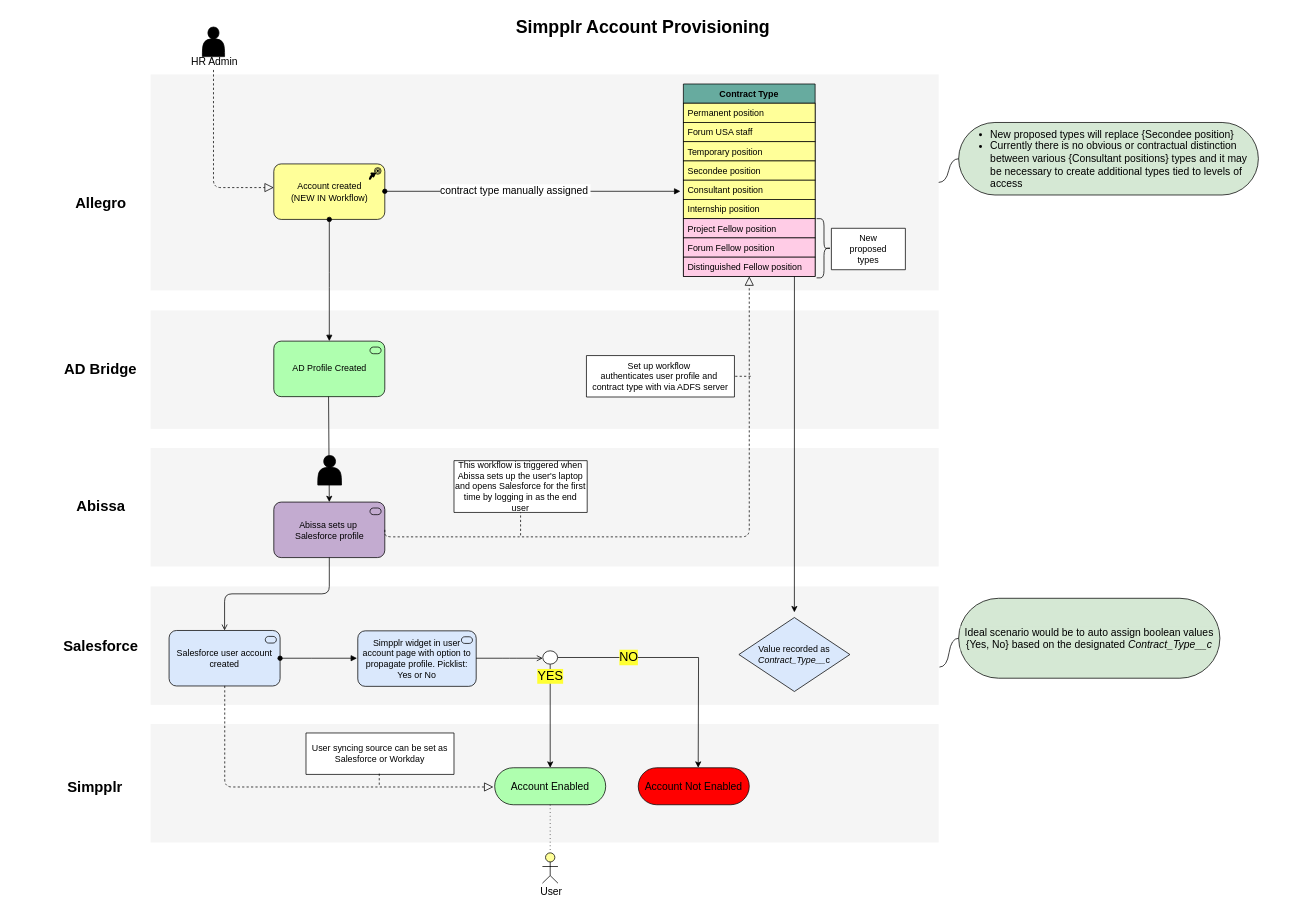
Earlier version of the draw.io diagram SimpplrAccountProvisioning.drawio (merid-berhe/draw.io). Source tidied: cells renumbered, new cells numbered last; positions are measured from the earlier drawing's top-left corner, leaving out a move shared by most shapes. Both pictures are drawn from the tidied source at 74%, with x=0, y=0 at pixel (38, 13).
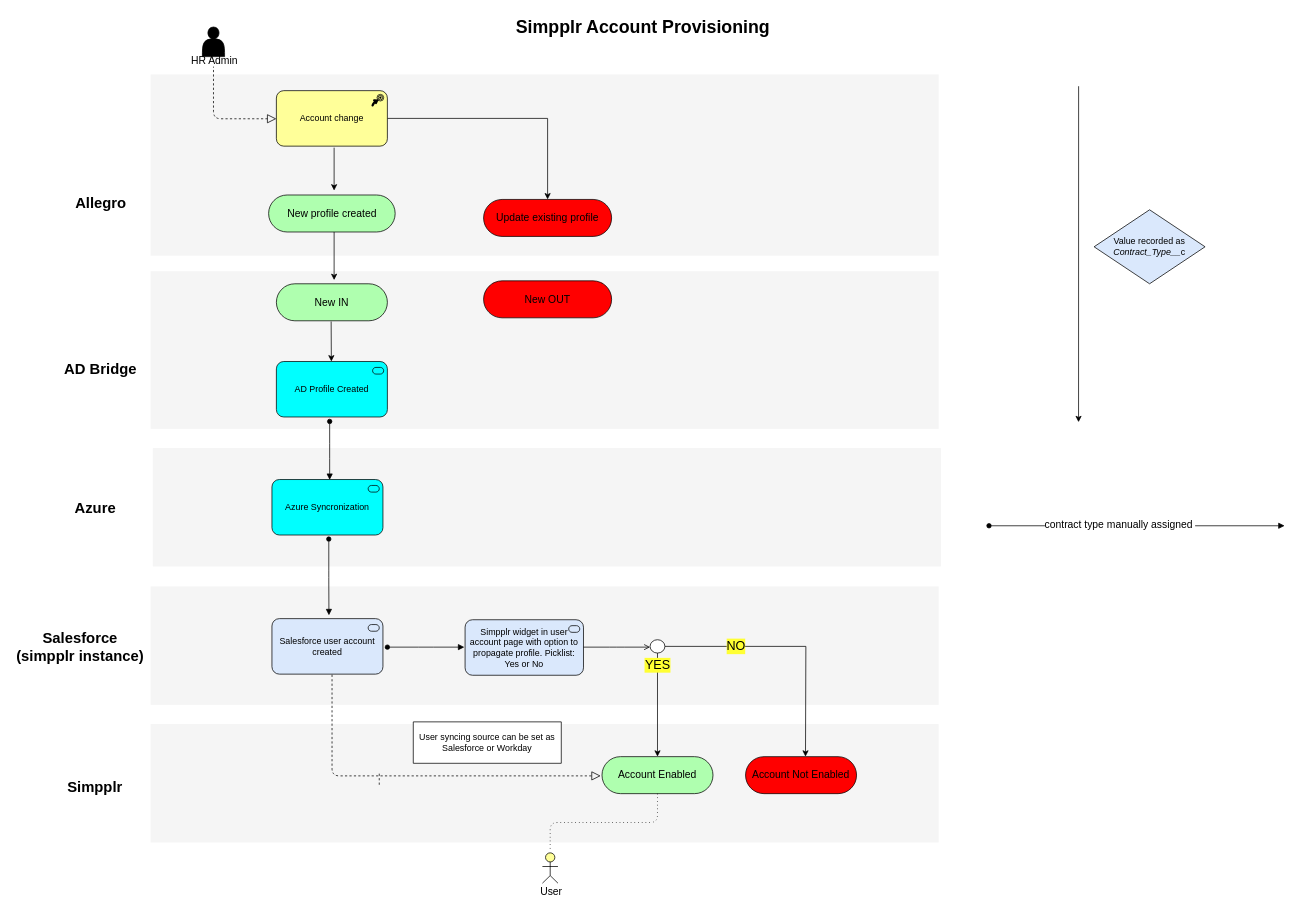
The same diagram, later.

The change refers to these unchanged cells:
```xml
<mxCell id="2" style="whiteSpace=wrap;html=1;strokeColor=none;strokeWidth=1;fillColor=#f5f5f5;fontSize=14;imageHeight=24;" parent="1" vertex="1">
  <mxGeometry x="152" y="961" width="1065" height="160" as="geometry" />
</mxCell>
<mxCell id="5" style="whiteSpace=wrap;html=1;strokeColor=none;strokeWidth=1;fillColor=#f5f5f5;fontSize=14;" parent="1" vertex="1">
  <mxGeometry x="152" y="775" width="1065" height="160" as="geometry" />
</mxCell>
<mxCell id="16" style="shape=actor;whiteSpace=wrap;html=1;fillColor=#000000;" parent="1" vertex="1">
  <mxGeometry x="222" y="19" width="30" height="40" as="geometry" />
</mxCell>
```

Change to the diagram source:
```diff
@@
     <mxCell id="3" style="whiteSpace=wrap;html=1;strokeColor=none;strokeWidth=1;fillColor=#f5f5f5;fontSize=14;" parent="1" vertex="1">
-      <mxGeometry x="152" y="402" width="1065" height="160" as="geometry" />
+      <mxGeometry x="152" y="349" width="1065" height="213" as="geometry" />
     </mxCell>
-    <mxCell id="4" style="whiteSpace=wrap;html=1;strokeColor=none;strokeWidth=1;fillColor=#f5f5f5;fontSize=14;" parent="1" vertex="1">
-      <mxGeometry x="152" y="588" width="1065" height="160" as="geometry" />
-    </mxCell>
@@
     <mxCell id="6" style="whiteSpace=wrap;html=1;strokeColor=none;strokeWidth=1;fillColor=#f5f5f5;fontSize=14;imageWidth=24;imageAspect=1;" parent="1" vertex="1">
-      <mxGeometry x="152" y="83" width="1065" height="292" as="geometry" />
+      <mxGeometry x="152" y="83" width="1065" height="245" as="geometry" />
     </mxCell>
     <mxCell id="7" value="Account Enabled" style="html=1;whiteSpace=wrap;fillColor=#AFFFAF;strokeColor=#000000;shape=mxgraph.archimate3.service;fontSize=14;" parent="1" vertex="1">
-      <mxGeometry x="617" y="1020" width="150" height="50" as="geometry" />
+      <mxGeometry x="762" y="1005" width="150" height="50" as="geometry" />
     </mxCell>
     <mxCell id="8" value="Account Not Enabled" style="html=1;whiteSpace=wrap;fillColor=#FF0000;strokeColor=#000000;shape=mxgraph.archimate3.service;fontSize=14;" parent="1" vertex="1">
-      <mxGeometry x="811" y="1020" width="150" height="50" as="geometry" />
+      <mxGeometry x="956" y="1005" width="150" height="50" as="geometry" />
     </mxCell>
-    <mxCell id="9" value="Salesforce" style="text;html=1;strokeColor=none;fillColor=none;align=center;verticalAlign=middle;whiteSpace=wrap;fontSize=20;fontStyle=1;" parent="1" vertex="1">
-      <mxGeometry x="34.5" y="845" width="100" height="20" as="geometry" />
+    <mxCell id="9" value="Salesforce&lt;br&gt;(simpplr instance)" style="text;html=1;strokeColor=none;fillColor=none;align=center;verticalAlign=middle;whiteSpace=wrap;fontSize=20;fontStyle=1;" parent="1" vertex="1">
+      <mxGeometry x="-34" y="828" width="181.5" height="56" as="geometry" />
     </mxCell>
@@
     <mxCell id="12" style="edgeStyle=elbowEdgeStyle;rounded=1;elbow=vertical;html=1;dashed=1;startSize=10;endArrow=block;endFill=0;endSize=10;jettySize=auto;strokeColor=#000000;fontSize=14;exitX=0.5;exitY=1;exitDx=0;exitDy=0;" parent="1" edge="1" source="16" target="27">
       <mxGeometry relative="1" as="geometry">
         <Array as="points">
+          <mxPoint x="244" y="143" />
           <mxPoint x="273" y="236" />
           <mxPoint x="262" y="265" />
           <mxPoint x="280" y="265" />
         </Array>
       </mxGeometry>
     </mxCell>
@@
-    <mxCell id="17" value="Contract Type" style="swimlane;fontStyle=1;horizontal=1;startSize=26;fillColor=#67AB9F;strokeColor=#000000;" parent="1" vertex="1">
-      <mxGeometry x="872" y="96" width="178" height="260" as="geometry" />
-    </mxCell>
-    <mxCell id="18" value="Permanent position" style="text;strokeColor=#000000;fillColor=#FFFF99;align=left;verticalAlign=top;spacingLeft=4;spacingRight=4;overflow=hidden;" parent="17" vertex="1">
-      <mxGeometry y="26" width="178" height="26" as="geometry" />
-    </mxCell>
-    <mxCell id="19" value="Forum USA staff" style="text;strokeColor=#000000;fillColor=#FFFF99;align=left;verticalAlign=top;spacingLeft=4;spacingRight=4;overflow=hidden;" parent="17" vertex="1">
-      <mxGeometry y="52" width="178" height="26" as="geometry" />
-    </mxCell>
-    <mxCell id="20" value="Temporary position" style="text;strokeColor=#000000;fillColor=#FFFF99;align=left;verticalAlign=top;spacingLeft=4;spacingRight=4;overflow=hidden;" parent="17" vertex="1">
-      <mxGeometry y="78" width="178" height="26" as="geometry" />
-    </mxCell>
-    <mxCell id="21" value="Secondee position" style="text;strokeColor=#000000;fillColor=#FFFF99;align=left;verticalAlign=top;spacingLeft=4;spacingRight=4;overflow=hidden;" parent="17" vertex="1">
-      <mxGeometry y="104" width="178" height="26" as="geometry" />
-    </mxCell>
-    <mxCell id="22" value="Consultant position" style="text;strokeColor=#000000;fillColor=#FFFF99;align=left;verticalAlign=top;spacingLeft=4;spacingRight=4;overflow=hidden;" parent="17" vertex="1">
-      <mxGeometry y="130" width="178" height="26" as="geometry" />
-    </mxCell>
-    <mxCell id="23" value="Internship position" style="text;strokeColor=#000000;fillColor=#FFFF99;align=left;verticalAlign=top;spacingLeft=4;spacingRight=4;overflow=hidden;" parent="17" vertex="1">
-      <mxGeometry y="156" width="178" height="26" as="geometry" />
-    </mxCell>
-    <mxCell id="24" value="Project Fellow position" style="text;strokeColor=#000000;fillColor=#FFCCE6;align=left;verticalAlign=top;spacingLeft=4;spacingRight=4;overflow=hidden;" parent="17" vertex="1">
-      <mxGeometry y="182" width="178" height="26" as="geometry" />
-    </mxCell>
-    <mxCell id="25" value="Forum Fellow position" style="text;strokeColor=#000000;fillColor=#FFCCE6;align=left;verticalAlign=top;spacingLeft=4;spacingRight=4;overflow=hidden;" parent="17" vertex="1">
-      <mxGeometry y="208" width="178" height="26" as="geometry" />
-    </mxCell>
-    <mxCell id="26" value="Distinguished Fellow position" style="text;strokeColor=#000000;fillColor=#FFCCE6;align=left;verticalAlign=top;spacingLeft=4;spacingRight=4;overflow=hidden;points=[[0,0.5],[1,0.5]];portConstraint=eastwest;" parent="17" vertex="1">
-      <mxGeometry y="234" width="178" height="26" as="geometry" />
-    </mxCell>
+    <mxCell id="64" style="edgeStyle=orthogonalEdgeStyle;rounded=0;jettySize=auto;html=1;exitX=1;exitY=0.5;exitDx=0;exitDy=0;exitPerimeter=0;entryX=0.5;entryY=0;entryDx=0;entryDy=0;entryPerimeter=0;" parent="1" edge="1" source="27" target="76">
+      <mxGeometry relative="1" as="geometry" />
+    </mxCell>
-    <mxCell id="27" value="Account created&lt;br&gt;(NEW IN Workflow)" style="html=1;outlineConnect=0;whiteSpace=wrap;fillColor=#Ffff99;strokeColor=#000000;shape=mxgraph.archimate3.application;appType=course;archiType=rounded;" parent="1" vertex="1">
-      <mxGeometry x="318.5" y="204" width="150" height="75" as="geometry" />
+    <mxCell id="27" value="Account change" style="html=1;outlineConnect=0;whiteSpace=wrap;fillColor=#Ffff99;strokeColor=#000000;shape=mxgraph.archimate3.application;appType=course;archiType=rounded;" parent="1" vertex="1">
+      <mxGeometry x="322" y="105" width="150" height="75" as="geometry" />
     </mxCell>
-    <mxCell id="28" value="AD Profile Created" style="html=1;outlineConnect=0;whiteSpace=wrap;fillColor=#AFFFAF;strokeColor=#000000;shape=mxgraph.archimate3.application;appType=serv;archiType=rounded;" parent="1" vertex="1">
-      <mxGeometry x="318.5" y="443.5" width="150" height="75" as="geometry" />
+    <mxCell id="28" value="AD Profile Created" style="html=1;outlineConnect=0;whiteSpace=wrap;fillColor=#00FFFF;strokeColor=#000000;shape=mxgraph.archimate3.application;appType=serv;archiType=rounded;" parent="1" vertex="1">
+      <mxGeometry x="322" y="471" width="150" height="75" as="geometry" />
     </mxCell>
-    <mxCell id="29" value="Abissa" style="text;html=1;strokeColor=none;fillColor=none;align=center;verticalAlign=middle;whiteSpace=wrap;fontSize=20;fontStyle=1;" parent="1" vertex="1">
-      <mxGeometry x="25.5" y="655" width="118" height="20" as="geometry" />
-    </mxCell>
-    <mxCell id="30" value="Abissa sets up&amp;nbsp;&lt;br&gt;Salesforce profile" style="html=1;outlineConnect=0;whiteSpace=wrap;fillColor=#C3ABD0;strokeColor=#000000;shape=mxgraph.archimate3.application;appType=serv;archiType=rounded;" parent="1" vertex="1">
-      <mxGeometry x="318.5" y="661" width="150" height="75" as="geometry" />
-    </mxCell>
-    <mxCell id="31" style="shape=actor;whiteSpace=wrap;html=1;fillColor=#000000;" parent="1" vertex="1">
-      <mxGeometry x="378" y="598" width="32" height="40" as="geometry" />
-    </mxCell>
-    <mxCell id="32" style="endArrow=classic;html=1;entryX=0.5;entryY=0;entryDx=0;entryDy=0;entryPerimeter=0;" parent="1" edge="1" target="30">
-      <mxGeometry relative="1" as="geometry">
-        <mxPoint x="392.5" y="518.5" as="sourcePoint" />
-      </mxGeometry>
-    </mxCell>
-    <mxCell id="33" style="edgeStyle=elbowEdgeStyle;rounded=1;elbow=vertical;html=1;dashed=1;startSize=10;endArrow=block;endFill=0;endSize=10;jettySize=auto;strokeColor=#000000;fontSize=14;exitX=1;exitY=0.5;exitDx=0;exitDy=0;exitPerimeter=0;" parent="1" edge="1" source="30" target="26">
-      <mxGeometry relative="1" as="geometry">
-        <Array as="points">
-          <mxPoint x="712" y="708" />
-          <mxPoint x="704.5" y="772.5" />
-        </Array>
-      </mxGeometry>
-    </mxCell>
-    <mxCell id="34" value="This workflow is triggered when Abissa sets up the user's laptop and opens Salesforce for the first time by logging in as the end user" style="shape=note;whiteSpace=wrap;html=1;backgroundOutline=1;darkOpacity=0.05;strokeColor=#000000;fillColor=#FFFFFF;size=0;" parent="1" vertex="1">
-      <mxGeometry x="562" y="605" width="180" height="70" as="geometry" />
-    </mxCell>
     <mxCell id="35" value="Salesforce user account created" style="html=1;outlineConnect=0;whiteSpace=wrap;fillColor=#dae8fc;strokeColor=#000000;shape=mxgraph.archimate3.application;appType=serv;archiType=rounded;" parent="1" vertex="1">
-      <mxGeometry x="177" y="834.5" width="150" height="75" as="geometry" />
+      <mxGeometry x="316" y="818.5" width="150" height="75" as="geometry" />
     </mxCell>
-    <mxCell id="36" value="&lt;span style=&quot;white-space: nowrap ; background-color: rgb(255 , 255 , 255)&quot;&gt;New &lt;br&gt;proposed&lt;br&gt;types&lt;br&gt;&lt;/span&gt;" style="shape=note;whiteSpace=wrap;html=1;backgroundOutline=1;darkOpacity=0.05;strokeColor=#000000;fillColor=#FFFFFF;size=0;" parent="1" vertex="1">
-      <mxGeometry x="1072" y="291" width="100" height="56" as="geometry" />
-    </mxCell>
-    <mxCell id="37" style="shape=curlyBracket;whiteSpace=wrap;html=1;rounded=1;strokeColor=#000000;fillColor=#FFFFFF;rotation=-180;" parent="1" vertex="1">
-      <mxGeometry x="1052" y="278" width="20" height="80" as="geometry" />
-    </mxCell>
-    <mxCell id="38" value="&lt;span style=&quot;white-space: nowrap ; background-color: rgb(255 , 255 , 255)&quot;&gt;Set up workflow&amp;nbsp;&lt;/span&gt;&lt;br style=&quot;white-space: nowrap&quot;&gt;&lt;span style=&quot;white-space: nowrap ; background-color: rgb(255 , 255 , 255)&quot;&gt;authenticates user profile and&amp;nbsp;&lt;/span&gt;&lt;br style=&quot;white-space: nowrap&quot;&gt;&lt;span style=&quot;white-space: nowrap ; background-color: rgb(255 , 255 , 255)&quot;&gt;contract type with via ADFS server&lt;/span&gt;" style="shape=note;whiteSpace=wrap;html=1;backgroundOutline=1;darkOpacity=0.05;strokeColor=#000000;fillColor=#FFFFFF;size=0;" parent="1" vertex="1">
-      <mxGeometry x="741" y="463" width="200" height="56" as="geometry" />
-    </mxCell>
-    <mxCell id="39" style="endArrow=classic;html=1;exitX=0.843;exitY=1;exitDx=0;exitDy=0;exitPerimeter=0;" parent="1" edge="1" source="26">
+    <mxCell id="39" style="endArrow=classic;html=1;exitX=0.843;exitY=1;exitDx=0;exitDy=0;exitPerimeter=0;" parent="1" edge="1">
       <mxGeometry relative="1" as="geometry">
-        <mxPoint x="1022" y="810" as="targetPoint" />
+        <mxPoint x="1406.1" y="99" as="sourcePoint" />
+        <mxPoint x="1406" y="553" as="targetPoint" />
       </mxGeometry>
     </mxCell>
     <mxCell id="40" value="Value recorded as &lt;i&gt;Contract_Type__&lt;/i&gt;c" style="rhombus;whiteSpace=wrap;html=1;strokeColor=#000000;fillColor=#dae8fc;" parent="1" vertex="1">
-      <mxGeometry x="947" y="817" width="150" height="100" as="geometry" />
+      <mxGeometry x="1427" y="266" width="150" height="100" as="geometry" />
     </mxCell>
     <mxCell id="41" value="Simpplr widget in user account page with option to propagate profile. Picklist: Yes or No" style="html=1;whiteSpace=wrap;fillColor=#dae8fc;strokeColor=#000000;shape=mxgraph.archimate3.application;appType=serv;archiType=rounded;" parent="1" vertex="1">
-      <mxGeometry x="432" y="835" width="160" height="75" as="geometry" />
+      <mxGeometry x="577" y="820" width="160" height="75" as="geometry" />
     </mxCell>
-    <mxCell id="42" style="edgeStyle=elbowEdgeStyle;html=1;endArrow=open;elbow=vertical;endFill=1;exitX=0.5;exitY=1;exitDx=0;exitDy=0;exitPerimeter=0;" parent="1" edge="1" source="30" target="35">
-      <mxGeometry relative="1" as="geometry" />
-    </mxCell>
@@
     <mxCell id="44" style="edgeStyle=orthogonalEdgeStyle;rounded=0;jettySize=auto;html=1;" parent="1" edge="1" source="46">
       <mxGeometry relative="1" as="geometry">
-        <mxPoint x="892" y="1020" as="targetPoint" />
+        <mxPoint x="1037" y="1005" as="targetPoint" />
       </mxGeometry>
     </mxCell>
@@
     <mxCell id="46" value="YES" style="ellipse;html=1;verticalLabelPosition=bottom;labelBackgroundColor=#FFFF33;verticalAlign=top;fillColor=#ffffff;strokeColor=#000000;fontSize=17;" parent="1" vertex="1">
-      <mxGeometry x="682" y="862" width="20" height="18" as="geometry" />
+      <mxGeometry x="827" y="847" width="20" height="18" as="geometry" />
     </mxCell>
     <mxCell id="47" style="edgeStyle=elbowEdgeStyle;html=1;endArrow=open;elbow=vertical;endFill=1;" parent="1" edge="1">
       <mxGeometry relative="1" as="geometry">
-        <mxPoint x="592" y="872" as="sourcePoint" />
-        <mxPoint x="682" y="872" as="targetPoint" />
+        <mxPoint x="737" y="857" as="sourcePoint" />
+        <mxPoint x="827" y="857" as="targetPoint" />
       </mxGeometry>
     </mxCell>
-    <mxCell id="48" style="endArrow=none;dashed=1;html=1;fontSize=17;entryX=0.5;entryY=1;entryDx=0;entryDy=0;entryPerimeter=0;" parent="1" edge="1" target="34">
-      <mxGeometry relative="1" as="geometry">
-        <mxPoint x="652" y="706" as="sourcePoint" />
-      </mxGeometry>
-    </mxCell>
-    <mxCell id="49" style="endArrow=none;dashed=1;html=1;fontSize=17;entryX=0;entryY=0;entryDx=200;entryDy=28;entryPerimeter=0;" parent="1" edge="1">
-      <mxGeometry relative="1" as="geometry">
-        <mxPoint x="963" y="491" as="sourcePoint" />
-        <mxPoint x="941" y="491" as="targetPoint" />
-      </mxGeometry>
-    </mxCell>
-    <mxCell id="50" style="edgeStyle=elbowEdgeStyle;rounded=1;elbow=vertical;html=1;dashed=1;startSize=10;endArrow=block;endFill=0;endSize=10;jettySize=auto;strokeColor=#000000;fontSize=14;exitX=0.5;exitY=1;exitDx=0;exitDy=0;entryX=0.435;entryY=0.531;entryDx=0;entryDy=0;entryPerimeter=0;" parent="1" edge="1" target="2">
+    <mxCell id="50" style="edgeStyle=elbowEdgeStyle;rounded=1;elbow=vertical;html=1;dashed=1;startSize=10;endArrow=block;endFill=0;endSize=10;jettySize=auto;orthogonalLoop=1;strokeColor=#000000;fontSize=14;exitX=0.5;exitY=1;exitDx=0;exitDy=0;entryX=0.435;entryY=0.531;entryDx=0;entryDy=0;entryPerimeter=0;" parent="1" edge="1">
       <mxGeometry relative="1" as="geometry">
-        <mxPoint x="252.2" y="909.3" as="sourcePoint" />
+        <mxPoint x="397.2" y="894.3" as="sourcePoint" />
+        <mxPoint x="760.3" y="1031" as="targetPoint" />
         <Array as="points">
-          <mxPoint x="430" y="1046" />
-          <mxPoint x="294.5" y="1094" />
+          <mxPoint x="575" y="1031" />
+          <mxPoint x="439.5" y="1079" />
         </Array>
       </mxGeometry>
     </mxCell>
     <mxCell id="51" value="&lt;span style=&quot;white-space: nowrap ; background-color: rgb(255 , 255 , 255)&quot;&gt;User syncing source can be set as&lt;br&gt;Salesforce or Workday&lt;br&gt;&lt;/span&gt;" style="shape=note;whiteSpace=wrap;html=1;backgroundOutline=1;darkOpacity=0.05;strokeColor=#000000;fillColor=#FFFFFF;size=0;" parent="1" vertex="1">
-      <mxGeometry x="362" y="973" width="200" height="56" as="geometry" />
+      <mxGeometry x="507" y="958" width="200" height="56" as="geometry" />
     </mxCell>
@@
     <mxCell id="53" style="endArrow=block;html=1;endFill=1;startArrow=oval;startFill=1;edgeStyle=elbowEdgeStyle;elbow=vertical;fontSize=17;" parent="1" edge="1">
       <mxGeometry relative="1" as="geometry">
-        <mxPoint x="327" y="872" as="sourcePoint" />
-        <mxPoint x="431" y="872" as="targetPoint" />
+        <mxPoint x="472" y="857" as="sourcePoint" />
+        <mxPoint x="576" y="857" as="targetPoint" />
       </mxGeometry>
     </mxCell>
-    <mxCell id="54" style="endArrow=block;html=1;endFill=1;startArrow=oval;startFill=1;edgeStyle=elbowEdgeStyle;elbow=vertical;fontSize=17;entryX=0.5;entryY=0;entryDx=0;entryDy=0;entryPerimeter=0;exitX=0.5;exitY=1;exitDx=0;exitDy=0;exitPerimeter=0;" parent="1" edge="1" source="27" target="28">
-      <mxGeometry relative="1" as="geometry" />
-    </mxCell>
     <mxCell id="55" style="endArrow=block;html=1;endFill=1;startArrow=oval;startFill=1;edgeStyle=elbowEdgeStyle;elbow=vertical;fontSize=17;" parent="1" edge="1">
       <mxGeometry relative="1" as="geometry">
-        <mxPoint x="468.5" y="241" as="sourcePoint" />
-        <mxPoint x="868" y="241.5" as="targetPoint" />
+        <mxPoint x="1285" y="693" as="sourcePoint" />
+        <mxPoint x="1684.5" y="693.5" as="targetPoint" />
       </mxGeometry>
     </mxCell>
@@
-    <mxCell id="60" value="Ideal scenario would be to auto assign boolean values {Yes, No} based on the designated &lt;i&gt;Contract_Type__c&lt;/i&gt;" style="whiteSpace=wrap;html=1;rounded=1;arcSize=50;align=center;verticalAlign=middle;strokeWidth=1;spacing=4;labelBackgroundColor=#D5E8D4;fillColor=#D5E8D4;fontSize=14;" parent="1" vertex="1">
-      <mxGeometry x="1244" y="791" width="353" height="108" as="geometry" />
-    </mxCell>
-    <mxCell id="61" style="edgeStyle=entityRelationEdgeStyle;startArrow=none;endArrow=none;segment=10;curved=1;fontSize=14;exitX=1.001;exitY=0.681;exitDx=0;exitDy=0;exitPerimeter=0;" parent="1" edge="1" source="5" target="60">
-      <mxGeometry relative="1" as="geometry" />
-    </mxCell>
-    <mxCell id="62" value="&lt;ul style=&quot;text-align: left&quot;&gt;&lt;li&gt;New proposed types will replace {Secondee position}&lt;/li&gt;&lt;li&gt;Currently there is no obvious or contractual distinction between various {Consultant positions} types and it may be necessary to create additional types tied to levels of access&lt;/li&gt;&lt;/ul&gt;" style="whiteSpace=wrap;html=1;rounded=1;arcSize=50;align=center;verticalAlign=middle;strokeWidth=1;spacing=4;labelBackgroundColor=#;fillColor=#D5E8D4;fontSize=14;labelBorderColor=#;" parent="1" vertex="1">
-      <mxGeometry x="1244" y="148" width="405" height="98" as="geometry" />
-    </mxCell>
-    <mxCell id="63" style="edgeStyle=entityRelationEdgeStyle;startArrow=none;endArrow=none;segment=10;curved=1;fontSize=14;" parent="1" edge="1" source="6" target="62">
-      <mxGeometry relative="1" as="geometry" />
-    </mxCell>
+    <mxCell id="65" style="whiteSpace=wrap;html=1;strokeColor=none;strokeWidth=1;fillColor=#f5f5f5;fontSize=14;" parent="1" vertex="1">
+      <mxGeometry x="155" y="588" width="1065" height="160" as="geometry" />
+    </mxCell>
+    <mxCell id="66" value="Azure Syncronization" style="html=1;whiteSpace=wrap;fillColor=#00FFFF;strokeColor=#000000;shape=mxgraph.archimate3.application;appType=serv;archiType=rounded;" parent="1" vertex="1">
+      <mxGeometry x="316" y="630.5" width="150" height="75" as="geometry" />
+    </mxCell>
+    <mxCell id="67" style="endArrow=block;html=1;endFill=1;startArrow=oval;startFill=1;edgeStyle=elbowEdgeStyle;elbow=vertical;fontSize=17;exitX=0.5;exitY=1;exitDx=0;exitDy=0;exitPerimeter=0;" parent="1" edge="1">
+      <mxGeometry relative="1" as="geometry">
+        <mxPoint x="394" y="552" as="sourcePoint" />
+        <mxPoint x="394" y="631" as="targetPoint" />
+      </mxGeometry>
+    </mxCell>
+    <mxCell id="68" value="Azure" style="text;html=1;strokeColor=none;fillColor=none;align=center;verticalAlign=middle;whiteSpace=wrap;fontSize=20;fontStyle=1;" parent="1" vertex="1">
+      <mxGeometry x="9.5" y="658" width="135" height="20" as="geometry" />
+    </mxCell>
+    <mxCell id="69" value="New IN" style="html=1;whiteSpace=wrap;fillColor=#AFFFAF;strokeColor=#000000;shape=mxgraph.archimate3.service;fontSize=14;" parent="1" vertex="1">
+      <mxGeometry x="322" y="366" width="150" height="50" as="geometry" />
+    </mxCell>
+    <mxCell id="70" value="New OUT" style="html=1;whiteSpace=wrap;fillColor=#FF0000;strokeColor=#000000;shape=mxgraph.archimate3.service;fontSize=14;" parent="1" vertex="1">
+      <mxGeometry x="602" y="362" width="173" height="50" as="geometry" />
+    </mxCell>
+    <mxCell id="71" style="endArrow=classic;html=1;" parent="1" edge="1">
+      <mxGeometry relative="1" as="geometry">
+        <mxPoint x="400" y="182" as="sourcePoint" />
+        <mxPoint x="400" y="240" as="targetPoint" />
+      </mxGeometry>
+    </mxCell>
+    <mxCell id="72" style="endArrow=classic;html=1;entryX=0.5;entryY=0;entryDx=0;entryDy=0;entryPerimeter=0;" parent="1" edge="1">
+      <mxGeometry relative="1" as="geometry">
+        <mxPoint x="396" y="417" as="sourcePoint" />
+        <mxPoint x="396.3" y="471" as="targetPoint" />
+      </mxGeometry>
+    </mxCell>
+    <mxCell id="73" style="endArrow=block;html=1;endFill=1;startArrow=oval;startFill=1;edgeStyle=elbowEdgeStyle;elbow=vertical;fontSize=17;exitX=0.5;exitY=1;exitDx=0;exitDy=0;exitPerimeter=0;" parent="1" edge="1">
+      <mxGeometry relative="1" as="geometry">
+        <mxPoint x="392.8" y="711" as="sourcePoint" />
+        <mxPoint x="393" y="814" as="targetPoint" />
+      </mxGeometry>
+    </mxCell>
+    <mxCell id="74" value="New profile created" style="html=1;whiteSpace=wrap;fillColor=#AFFFAF;strokeColor=#000000;shape=mxgraph.archimate3.service;fontSize=14;" parent="1" vertex="1">
+      <mxGeometry x="311.5" y="246" width="171" height="50" as="geometry" />
+    </mxCell>
+    <mxCell id="75" style="endArrow=classic;html=1;" parent="1" edge="1">
+      <mxGeometry relative="1" as="geometry">
+        <mxPoint x="400" y="296" as="sourcePoint" />
+        <mxPoint x="400" y="361" as="targetPoint" />
+      </mxGeometry>
+    </mxCell>
+    <mxCell id="76" value="Update existing profile" style="html=1;whiteSpace=wrap;fillColor=#FF0000;strokeColor=#000000;shape=mxgraph.archimate3.service;fontSize=14;" parent="1" vertex="1">
+      <mxGeometry x="602" y="252" width="173" height="50" as="geometry" />
+    </mxCell>
```
